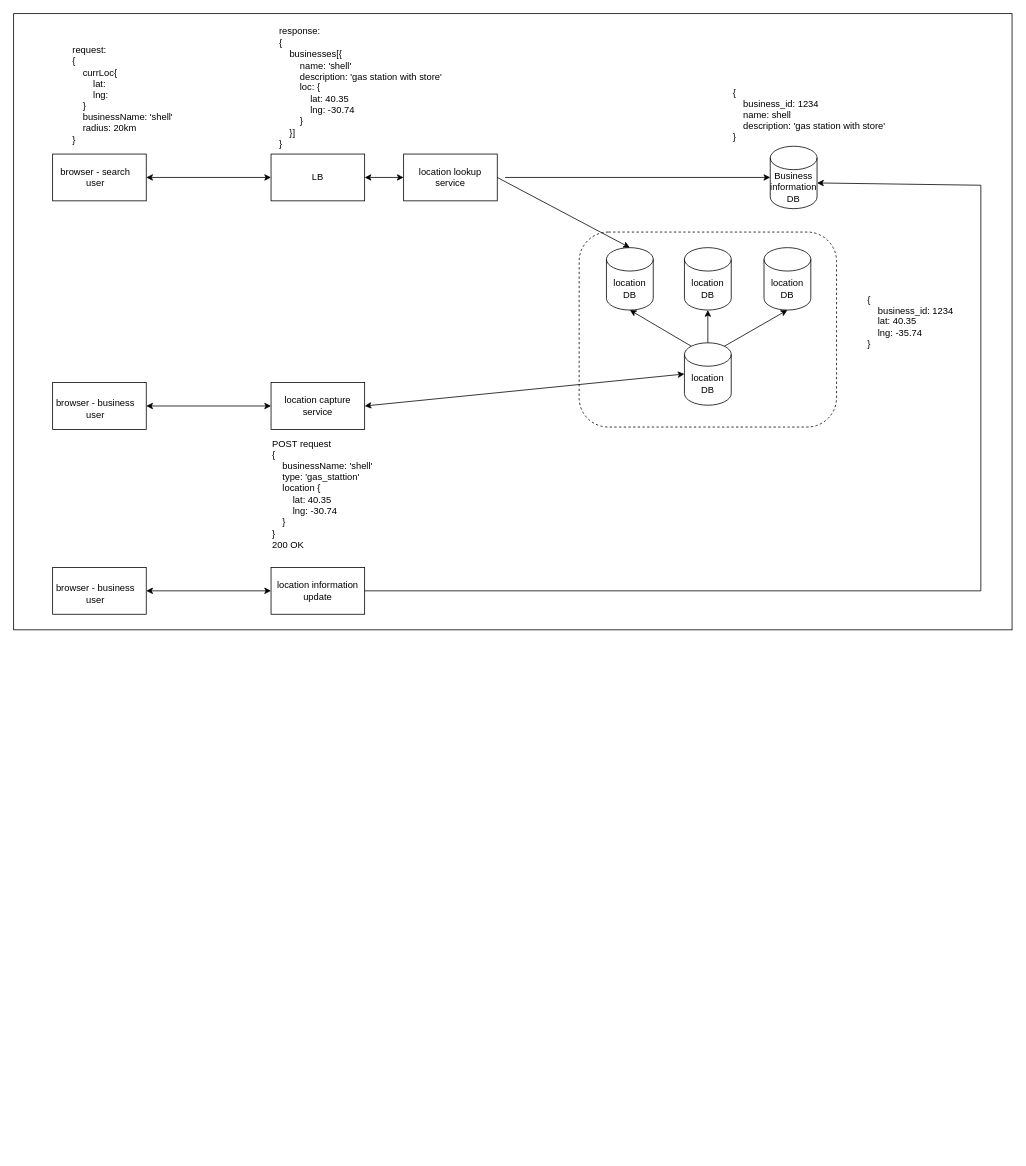
Before: drawio/system_design.drawio in GuilinDev/Notes, a draw.io diagram. Source tidied: cells renumbered, new cells numbered last; positions are measured from the earlier drawing's top-left corner, leaving out a move shared by most shapes. Both pictures are drawn from the tidied source at 78%, with x=0, y=0 at pixel (13, 13).
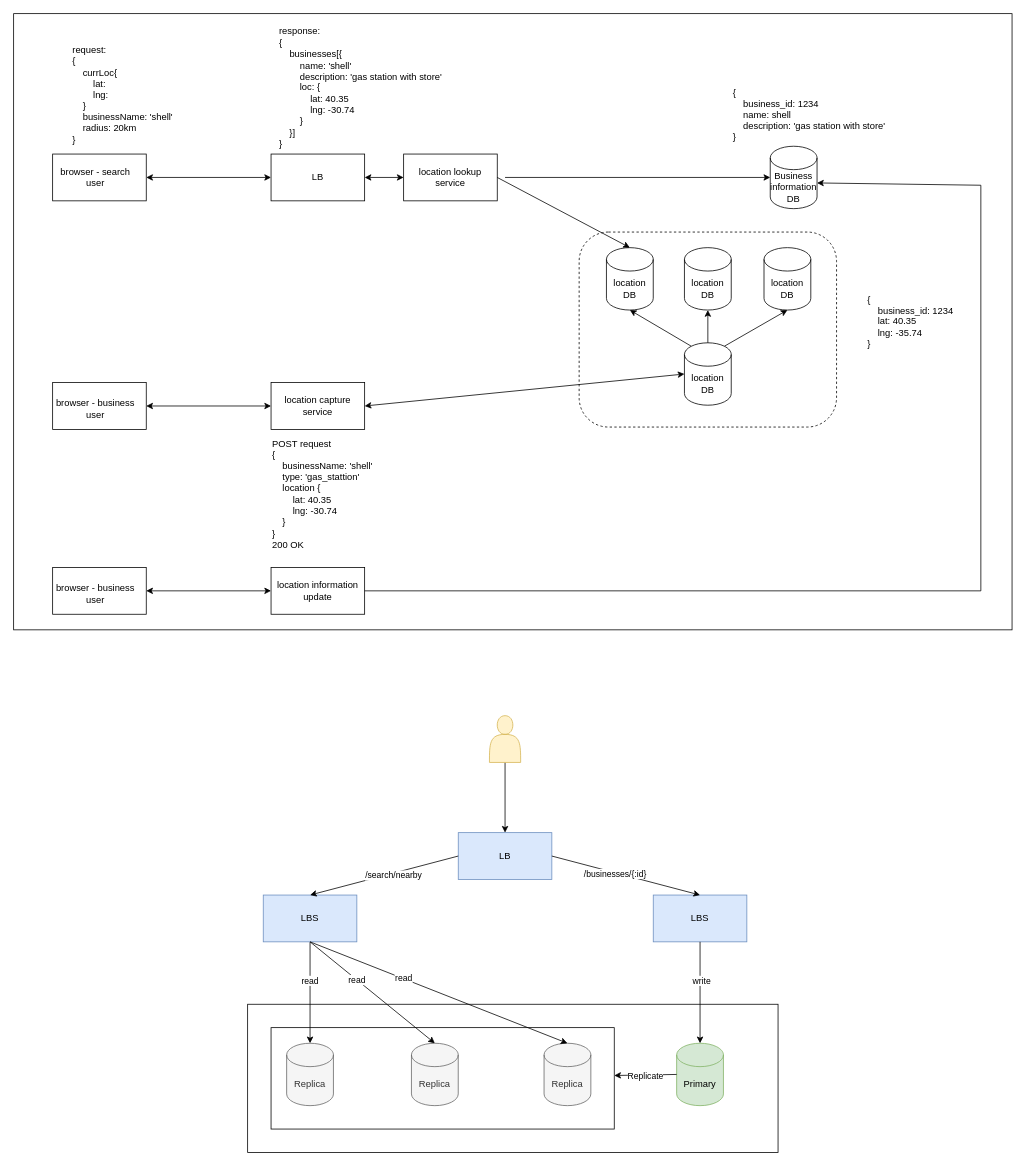
The same diagram, later.

What changed in the source:
```diff
@@
+    <mxCell id="35" style="rounded=0;whiteSpace=wrap;html=1;" parent="1" vertex="1">
+      <mxGeometry x="300" y="1270" width="680" height="190" as="geometry" />
+    </mxCell>
+    <mxCell id="36" style="rounded=0;whiteSpace=wrap;html=1;" parent="1" vertex="1">
+      <mxGeometry x="330" y="1300" width="440" height="130" as="geometry" />
+    </mxCell>
@@
+    <mxCell id="37" style="edgeStyle=orthogonalEdgeStyle;rounded=0;jettySize=auto;html=1;entryX=0.5;entryY=0;entryDx=0;entryDy=0;" parent="1" edge="1" source="38" target="39">
+      <mxGeometry relative="1" as="geometry" />
+    </mxCell>
+    <mxCell id="38" style="shape=actor;whiteSpace=wrap;html=1;fillColor=#fff2cc;strokeColor=#d6b656;" parent="1" vertex="1">
+      <mxGeometry x="610" y="900" width="40" height="60" as="geometry" />
+    </mxCell>
+    <mxCell id="39" value="LB" style="rounded=0;whiteSpace=wrap;html=1;fillColor=#dae8fc;strokeColor=#6c8ebf;" parent="1" vertex="1">
+      <mxGeometry x="570" y="1050" width="120" height="60" as="geometry" />
+    </mxCell>
+    <mxCell id="40" style="edgeStyle=orthogonalEdgeStyle;rounded=0;jettySize=auto;html=1;" parent="1" edge="1" source="42" target="47">
+      <mxGeometry relative="1" as="geometry" />
+    </mxCell>
+    <mxCell id="41" value="read" style="edgeLabel;html=1;align=center;verticalAlign=middle;" parent="40" vertex="1">
+      <mxGeometry x="-0.25" y="-1" relative="1" as="geometry" />
+    </mxCell>
+    <mxCell id="42" value="LBS" style="rounded=0;whiteSpace=wrap;html=1;fillColor=#dae8fc;strokeColor=#6c8ebf;" parent="1" vertex="1">
+      <mxGeometry x="320" y="1130" width="120" height="60" as="geometry" />
+    </mxCell>
+    <mxCell id="43" value="LBS" style="rounded=0;whiteSpace=wrap;html=1;fillColor=#dae8fc;strokeColor=#6c8ebf;" parent="1" vertex="1">
+      <mxGeometry x="820" y="1130" width="120" height="60" as="geometry" />
+    </mxCell>
+    <mxCell id="44" value="Primary" style="shape=cylinder3;whiteSpace=wrap;html=1;boundedLbl=1;backgroundOutline=1;size=15;fillColor=#d5e8d4;strokeColor=#82b366;" parent="1" vertex="1">
+      <mxGeometry x="850" y="1320" width="60" height="80" as="geometry" />
+    </mxCell>
+    <mxCell id="45" value="Replica" style="shape=cylinder3;whiteSpace=wrap;html=1;boundedLbl=1;backgroundOutline=1;size=15;fillColor=#f5f5f5;fontColor=#333333;strokeColor=#666666;" parent="1" vertex="1">
+      <mxGeometry x="680" y="1320" width="60" height="80" as="geometry" />
+    </mxCell>
+    <mxCell id="46" value="Replica" style="shape=cylinder3;whiteSpace=wrap;html=1;boundedLbl=1;backgroundOutline=1;size=15;fillColor=#f5f5f5;fontColor=#333333;strokeColor=#666666;" parent="1" vertex="1">
+      <mxGeometry x="510" y="1320" width="60" height="80" as="geometry" />
+    </mxCell>
+    <mxCell id="47" value="Replica" style="shape=cylinder3;whiteSpace=wrap;html=1;boundedLbl=1;backgroundOutline=1;size=15;fillColor=#f5f5f5;fontColor=#333333;strokeColor=#666666;" parent="1" vertex="1">
+      <mxGeometry x="350" y="1320" width="60" height="80" as="geometry" />
+    </mxCell>
+    <mxCell id="48" style="endArrow=classic;html=1;rounded=0;entryX=0.5;entryY=0;entryDx=0;entryDy=0;exitX=0;exitY=0.5;exitDx=0;exitDy=0;" parent="1" edge="1" source="39" target="42">
+      <mxGeometry relative="1" as="geometry" />
+    </mxCell>
+    <mxCell id="49" value="/search/nearby" style="edgeLabel;html=1;align=center;verticalAlign=middle;" parent="48" vertex="1">
+      <mxGeometry x="-0.11" y="2" relative="1" as="geometry" />
+    </mxCell>
+    <mxCell id="50" style="endArrow=classic;html=1;rounded=0;entryX=0.5;entryY=0;entryDx=0;entryDy=0;exitX=1;exitY=0.5;exitDx=0;exitDy=0;" parent="1" edge="1" source="39" target="43">
+      <mxGeometry relative="1" as="geometry" />
+    </mxCell>
+    <mxCell id="51" value="/businesses/{:id}" style="edgeLabel;html=1;align=center;verticalAlign=middle;" parent="50" vertex="1">
+      <mxGeometry x="-0.16" y="-1" relative="1" as="geometry" />
+    </mxCell>
+    <mxCell id="52" style="edgeStyle=orthogonalEdgeStyle;rounded=0;jettySize=auto;html=1;entryX=0.5;entryY=0;entryDx=0;entryDy=0;entryPerimeter=0;" parent="1" edge="1" source="43" target="44">
+      <mxGeometry relative="1" as="geometry" />
+    </mxCell>
+    <mxCell id="53" value="write" style="edgeLabel;html=1;align=center;verticalAlign=middle;" parent="52" vertex="1">
+      <mxGeometry x="-0.25" y="1" relative="1" as="geometry" />
+    </mxCell>
+    <mxCell id="54" style="endArrow=classic;html=1;rounded=0;entryX=0.5;entryY=0;entryDx=0;entryDy=0;entryPerimeter=0;exitX=0.5;exitY=1;exitDx=0;exitDy=0;" parent="1" edge="1" source="42" target="46">
+      <mxGeometry relative="1" as="geometry" />
+    </mxCell>
+    <mxCell id="55" value="read" style="edgeLabel;html=1;align=center;verticalAlign=middle;" parent="54" vertex="1">
+      <mxGeometry x="-0.25" relative="1" as="geometry" />
+    </mxCell>
+    <mxCell id="56" style="endArrow=classic;html=1;rounded=0;entryX=0.5;entryY=0;entryDx=0;entryDy=0;entryPerimeter=0;exitX=0.5;exitY=1;exitDx=0;exitDy=0;" parent="1" edge="1" source="42" target="45">
+      <mxGeometry relative="1" as="geometry" />
+    </mxCell>
+    <mxCell id="57" value="read" style="edgeLabel;html=1;align=center;verticalAlign=middle;" parent="56" vertex="1">
+      <mxGeometry x="-0.28" relative="1" as="geometry" />
+    </mxCell>
+    <mxCell id="58" style="endArrow=classic;html=1;rounded=0;exitX=0;exitY=0.5;exitDx=0;exitDy=0;exitPerimeter=0;" parent="1" edge="1" source="44" target="36">
+      <mxGeometry relative="1" as="geometry" />
+    </mxCell>
+    <mxCell id="59" value="Replicate" style="edgeLabel;html=1;align=center;verticalAlign=middle;" parent="58" vertex="1">
+      <mxGeometry x="0.03" y="1" relative="1" as="geometry" />
+    </mxCell>
```
